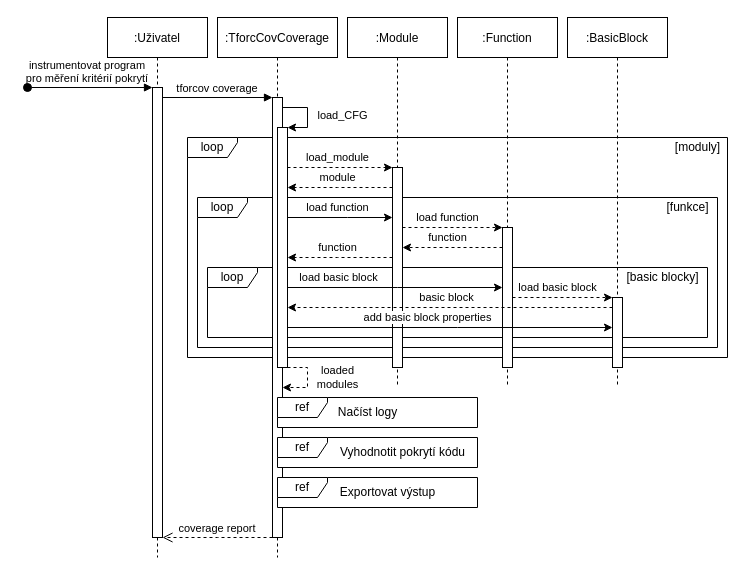
This is coverage_sequence_diagram.drawio from petkapou/DIP_diagrams, a draw.io file, before an edit. Source tidied: cells renumbered, new cells numbered last; positions are measured from the earlier drawing's top-left corner, leaving out a move shared by most shapes. Both pictures are drawn from the tidied source at 100%, with x=0, y=0 at pixel (27, 17).
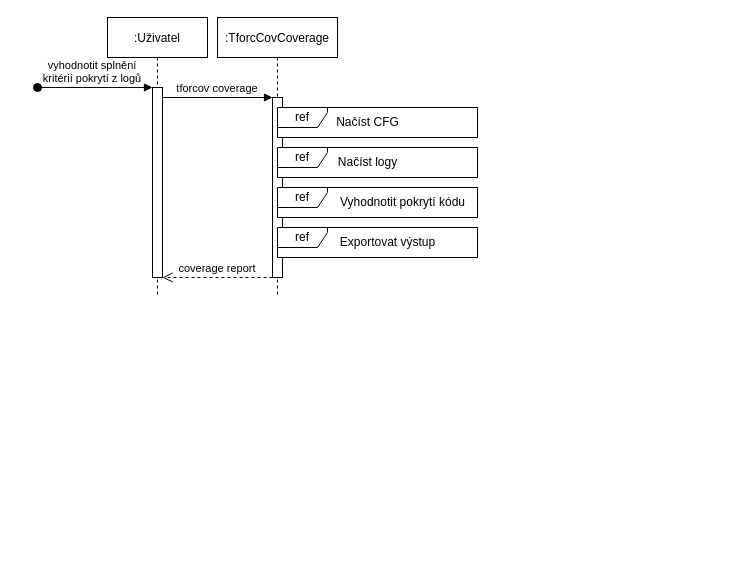
Above is the later version.

What changed in the source:
```diff
@@
-    <mxCell id="2" value="loop" style="shape=umlFrame;whiteSpace=wrap;html=1;width=50;height=20;" parent="1" vertex="1">
-      <mxGeometry x="160" y="120" width="540" height="220" as="geometry" />
-    </mxCell>
-    <mxCell id="3" value="loop" style="shape=umlFrame;whiteSpace=wrap;html=1;width=50;height=20;" parent="1" vertex="1">
-      <mxGeometry x="170" y="180" width="520" height="150" as="geometry" />
-    </mxCell>
-    <mxCell id="4" value="loop" style="shape=umlFrame;whiteSpace=wrap;html=1;width=50;height=20;" parent="1" vertex="1">
-      <mxGeometry x="180" y="250" width="500" height="70" as="geometry" />
-    </mxCell>
     <mxCell id="5" value=":Uživatel" style="shape=umlLifeline;perimeter=lifelinePerimeter;rounded=0;shadow=0;strokeWidth=1;" parent="1" vertex="1">
-      <mxGeometry x="80" width="100" height="540" as="geometry" />
+      <mxGeometry x="80" width="100" height="280" as="geometry" />
     </mxCell>
     <mxCell id="6" style="points=[];perimeter=orthogonalPerimeter;rounded=0;shadow=0;strokeWidth=1;" parent="5" vertex="1">
-      <mxGeometry x="45" y="70" width="10" height="450" as="geometry" />
+      <mxGeometry x="45" y="70" width="10" height="190" as="geometry" />
     </mxCell>
-    <mxCell id="7" value="instrumentovat program&#10;pro měření kritérií pokrytí" style="verticalAlign=bottom;startArrow=oval;endArrow=block;startSize=8;shadow=0;strokeWidth=1;labelBackgroundColor=none;" parent="5" edge="1" target="6">
+    <mxCell id="7" value="vyhodnotit splnění&#10;kritérií pokrytí z logů" style="verticalAlign=bottom;startArrow=oval;endArrow=block;startSize=8;shadow=0;strokeWidth=1;labelBackgroundColor=none;" parent="5" edge="1" target="6">
       <mxGeometry x="-0.04" relative="1" as="geometry">
-        <mxPoint x="-80" y="70" as="sourcePoint" />
+        <mxPoint x="-70" y="70" as="sourcePoint" />
       </mxGeometry>
     </mxCell>
     <mxCell id="8" value=":TforcCovCoverage" style="shape=umlLifeline;perimeter=lifelinePerimeter;rounded=0;shadow=0;strokeWidth=1;" parent="1" vertex="1">
-      <mxGeometry x="190" width="120" height="540" as="geometry" />
+      <mxGeometry x="190" width="120" height="280" as="geometry" />
     </mxCell>
     <mxCell id="9" style="points=[];perimeter=orthogonalPerimeter;rounded=0;shadow=0;strokeWidth=1;" parent="8" vertex="1">
-      <mxGeometry x="55" y="80" width="10" height="440" as="geometry" />
+      <mxGeometry x="55" y="80" width="10" height="180" as="geometry" />
     </mxCell>
-    <mxCell id="10" value="load_CFG" style="edgeStyle=orthogonalEdgeStyle;rounded=0;jettySize=auto;html=1;" parent="8" edge="1" source="9" target="11">
-      <mxGeometry y="35" relative="1" as="geometry">
-        <Array as="points">
-          <mxPoint x="90" y="90" />
-          <mxPoint x="90" y="110" />
-        </Array>
-      </mxGeometry>
-    </mxCell>
-    <mxCell id="11" style="points=[];perimeter=orthogonalPerimeter;rounded=0;shadow=0;strokeWidth=1;" parent="8" vertex="1">
-      <mxGeometry x="60" y="110" width="10" height="240" as="geometry" />
-    </mxCell>
-    <mxCell id="12" value="loaded&lt;br&gt;modules" style="edgeStyle=orthogonalEdgeStyle;rounded=0;jettySize=auto;html=1;dashed=1;" parent="8" edge="1" source="11" target="9">
-      <mxGeometry x="-0.08" y="30" relative="1" as="geometry">
-        <Array as="points">
-          <mxPoint x="90" y="350" />
-          <mxPoint x="90" y="370" />
-        </Array>
-      </mxGeometry>
-    </mxCell>
+    <mxCell id="31" value="ref" style="shape=umlFrame;whiteSpace=wrap;html=1;width=50;height=20;swimlaneFillColor=default;" parent="8" vertex="1">
+      <mxGeometry x="60" y="130" width="200" height="30" as="geometry" />
+    </mxCell>
+    <mxCell id="33" value="Načíst logy" style="text;html=1;align=center;verticalAlign=middle;fillColor=none;strokeColor=none;rounded=0;" parent="8" vertex="1">
+      <mxGeometry x="115" y="135" width="70" height="20" as="geometry" />
+    </mxCell>
+    <mxCell id="32" value="ref" style="shape=umlFrame;whiteSpace=wrap;html=1;width=50;height=20;swimlaneFillColor=default;" parent="8" vertex="1">
+      <mxGeometry x="60" y="170" width="200" height="30" as="geometry" />
+    </mxCell>
+    <mxCell id="34" value="Vyhodnotit pokrytí kódu" style="text;html=1;align=center;verticalAlign=middle;fillColor=none;strokeColor=none;rounded=0;" parent="8" vertex="1">
+      <mxGeometry x="115" y="175" width="140" height="20" as="geometry" />
+    </mxCell>
+    <mxCell id="38" value="ref" style="shape=umlFrame;whiteSpace=wrap;html=1;width=50;height=20;swimlaneFillColor=default;" parent="8" vertex="1">
+      <mxGeometry x="60" y="210" width="200" height="30" as="geometry" />
+    </mxCell>
+    <mxCell id="39" value="Exportovat výstup" style="text;html=1;align=center;verticalAlign=middle;fillColor=none;strokeColor=none;rounded=0;" parent="8" vertex="1">
+      <mxGeometry x="115" y="215" width="110" height="20" as="geometry" />
+    </mxCell>
@@
     <mxCell id="14" value="coverage report" style="verticalAlign=bottom;endArrow=open;dashed=1;endSize=8;shadow=0;strokeWidth=1;" parent="1" edge="1" source="9" target="6">
       <mxGeometry relative="1" as="geometry">
         <Array as="points">
-          <mxPoint x="200" y="520" />
+          <mxPoint x="220" y="260" />
         </Array>
       </mxGeometry>
     </mxCell>
-    <mxCell id="15" value=":Module" style="shape=umlLifeline;perimeter=lifelinePerimeter;rounded=0;shadow=0;strokeWidth=1;" parent="1" vertex="1">
-      <mxGeometry x="320" width="100" height="370" as="geometry" />
-    </mxCell>
-    <mxCell id="16" style="points=[];perimeter=orthogonalPerimeter;rounded=0;shadow=0;strokeWidth=1;" parent="15" vertex="1">
-      <mxGeometry x="45" y="150" width="10" height="200" as="geometry" />
-    </mxCell>
-    <mxCell id="17" value="load_module" style="edgeStyle=orthogonalEdgeStyle;rounded=0;jettySize=auto;html=1;dashed=1;" parent="1" edge="1" source="11" target="16">
-      <mxGeometry x="-0.05" y="10" relative="1" as="geometry">
-        <Array as="points">
-          <mxPoint x="300" y="150" />
-          <mxPoint x="300" y="150" />
-        </Array>
-      </mxGeometry>
-    </mxCell>
-    <mxCell id="18" value=":Function" style="shape=umlLifeline;perimeter=lifelinePerimeter;rounded=0;shadow=0;strokeWidth=1;" parent="1" vertex="1">
-      <mxGeometry x="430" width="100" height="370" as="geometry" />
-    </mxCell>
-    <mxCell id="19" style="points=[];perimeter=orthogonalPerimeter;rounded=0;shadow=0;strokeWidth=1;" parent="18" vertex="1">
-      <mxGeometry x="45" y="210" width="10" height="140" as="geometry" />
-    </mxCell>
-    <mxCell id="20" value=":BasicBlock" style="shape=umlLifeline;perimeter=lifelinePerimeter;rounded=0;shadow=0;strokeWidth=1;" parent="1" vertex="1">
-      <mxGeometry x="540" width="100" height="370" as="geometry" />
-    </mxCell>
-    <mxCell id="21" style="points=[];perimeter=orthogonalPerimeter;rounded=0;shadow=0;strokeWidth=1;" parent="20" vertex="1">
-      <mxGeometry x="45" y="280" width="10" height="70" as="geometry" />
-    </mxCell>
-    <mxCell id="22" value="load function" style="edgeStyle=orthogonalEdgeStyle;rounded=0;jettySize=auto;html=1;" parent="1" edge="1" source="11" target="16">
-      <mxGeometry x="-0.05" y="10" relative="1" as="geometry">
-        <Array as="points">
-          <mxPoint x="320" y="200" />
-          <mxPoint x="320" y="200" />
-        </Array>
-      </mxGeometry>
-    </mxCell>
-    <mxCell id="23" value="load function" style="edgeStyle=orthogonalEdgeStyle;rounded=0;jettySize=auto;html=1;dashed=1;" parent="1" edge="1" source="16" target="19">
-      <mxGeometry x="-0.1" y="10" relative="1" as="geometry">
-        <Array as="points">
-          <mxPoint x="420" y="210" />
-          <mxPoint x="420" y="210" />
-        </Array>
-      </mxGeometry>
-    </mxCell>
-    <mxCell id="24" value="load basic block" style="edgeStyle=orthogonalEdgeStyle;rounded=0;jettySize=auto;html=1;" parent="1" edge="1" source="11" target="19">
-      <mxGeometry x="-0.53" y="10" relative="1" as="geometry">
-        <Array as="points">
-          <mxPoint x="370" y="270" />
-          <mxPoint x="370" y="270" />
-        </Array>
-      </mxGeometry>
-    </mxCell>
-    <mxCell id="25" value="load basic block" style="edgeStyle=orthogonalEdgeStyle;rounded=0;jettySize=auto;html=1;dashed=1;" parent="1" edge="1" source="19" target="21">
-      <mxGeometry x="-0.1" y="10" relative="1" as="geometry">
-        <Array as="points">
-          <mxPoint x="530" y="280" />
-          <mxPoint x="530" y="280" />
-        </Array>
-      </mxGeometry>
-    </mxCell>
-    <mxCell id="26" value="module" style="edgeStyle=orthogonalEdgeStyle;rounded=0;jettySize=auto;html=1;dashed=1;" parent="1" edge="1" source="16" target="11">
-      <mxGeometry x="0.05" y="-10" relative="1" as="geometry">
-        <Array as="points">
-          <mxPoint x="310" y="170" />
-          <mxPoint x="310" y="170" />
-        </Array>
-      </mxGeometry>
-    </mxCell>
-    <mxCell id="27" value="function" style="edgeStyle=orthogonalEdgeStyle;rounded=0;jettySize=auto;html=1;dashed=1;" parent="1" edge="1" source="16" target="11">
-      <mxGeometry x="0.05" y="-10" relative="1" as="geometry">
-        <Array as="points">
-          <mxPoint x="310" y="240" />
-          <mxPoint x="310" y="240" />
-        </Array>
-      </mxGeometry>
-    </mxCell>
-    <mxCell id="28" value="function" style="edgeStyle=orthogonalEdgeStyle;rounded=0;jettySize=auto;html=1;dashed=1;" parent="1" edge="1" source="19" target="16">
-      <mxGeometry x="0.1" y="-10" relative="1" as="geometry">
-        <Array as="points">
-          <mxPoint x="430" y="230" />
-          <mxPoint x="430" y="230" />
-        </Array>
-      </mxGeometry>
-    </mxCell>
-    <mxCell id="29" value="basic block" style="edgeStyle=orthogonalEdgeStyle;rounded=0;jettySize=auto;html=1;dashed=1;" parent="1" edge="1" source="21" target="11">
-      <mxGeometry x="0.02" y="-10" relative="1" as="geometry">
-        <Array as="points">
-          <mxPoint x="420" y="290" />
-          <mxPoint x="420" y="290" />
-        </Array>
-      </mxGeometry>
-    </mxCell>
-    <mxCell id="30" value="add basic block properties" style="edgeStyle=orthogonalEdgeStyle;rounded=0;jettySize=auto;html=1;" parent="1" edge="1" source="11" target="21">
-      <mxGeometry x="-0.14" y="10" relative="1" as="geometry">
-        <Array as="points">
-          <mxPoint x="430" y="310" />
-          <mxPoint x="430" y="310" />
-        </Array>
-      </mxGeometry>
-    </mxCell>
-    <mxCell id="31" value="ref" style="shape=umlFrame;whiteSpace=wrap;html=1;width=50;height=20;swimlaneFillColor=default;" parent="1" vertex="1">
-      <mxGeometry x="250" y="380" width="200" height="30" as="geometry" />
-    </mxCell>
-    <mxCell id="32" value="ref" style="shape=umlFrame;whiteSpace=wrap;html=1;width=50;height=20;swimlaneFillColor=default;" parent="1" vertex="1">
-      <mxGeometry x="250" y="420" width="200" height="30" as="geometry" />
-    </mxCell>
-    <mxCell id="33" value="Načíst logy" style="text;html=1;align=center;verticalAlign=middle;fillColor=none;strokeColor=none;rounded=0;" parent="1" vertex="1">
-      <mxGeometry x="305" y="385" width="70" height="20" as="geometry" />
-    </mxCell>
-    <mxCell id="34" value="Vyhodnotit pokrytí kódu" style="text;html=1;align=center;verticalAlign=middle;fillColor=none;strokeColor=none;rounded=0;" parent="1" vertex="1">
-      <mxGeometry x="305" y="425" width="140" height="20" as="geometry" />
-    </mxCell>
-    <mxCell id="35" value="[moduly]" style="text;html=1;align=center;verticalAlign=middle;fillColor=none;strokeColor=none;rounded=0;" parent="1" vertex="1">
-      <mxGeometry x="640" y="120" width="60" height="20" as="geometry" />
-    </mxCell>
-    <mxCell id="36" value="[funkce]" style="text;html=1;align=center;verticalAlign=middle;fillColor=none;strokeColor=none;rounded=0;" parent="1" vertex="1">
-      <mxGeometry x="630" y="180" width="60" height="20" as="geometry" />
-    </mxCell>
-    <mxCell id="37" value="[basic blocky]" style="text;html=1;align=center;verticalAlign=middle;fillColor=none;strokeColor=none;rounded=0;" parent="1" vertex="1">
-      <mxGeometry x="590" y="250" width="90" height="20" as="geometry" />
-    </mxCell>
-    <mxCell id="38" value="ref" style="shape=umlFrame;whiteSpace=wrap;html=1;width=50;height=20;swimlaneFillColor=default;" parent="1" vertex="1">
-      <mxGeometry x="250" y="460" width="200" height="30" as="geometry" />
-    </mxCell>
-    <mxCell id="39" value="Exportovat výstup" style="text;html=1;align=center;verticalAlign=middle;fillColor=none;strokeColor=none;rounded=0;" parent="1" vertex="1">
-      <mxGeometry x="305" y="465" width="110" height="20" as="geometry" />
-    </mxCell>
+    <mxCell id="40" value="ref" style="shape=umlFrame;whiteSpace=wrap;html=1;width=50;height=20;swimlaneFillColor=default;" parent="1" vertex="1">
+      <mxGeometry x="250" y="90" width="200" height="30" as="geometry" />
+    </mxCell>
+    <mxCell id="41" value="Načíst CFG" style="text;html=1;align=center;verticalAlign=middle;fillColor=none;strokeColor=none;rounded=0;" parent="1" vertex="1">
+      <mxGeometry x="300" y="95" width="80" height="20" as="geometry" />
+    </mxCell>
```
